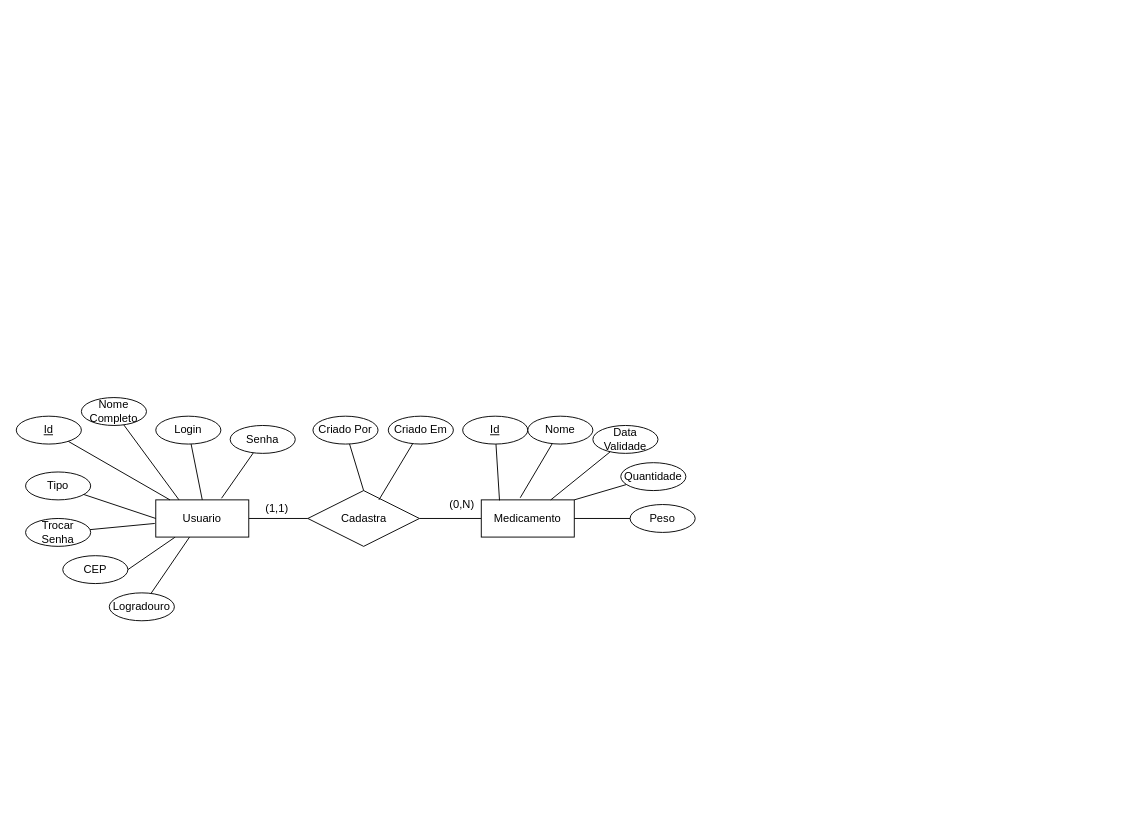
Earlier version of the draw.io diagram documentacao/DiagramaBanco.drawio (MagnoBelloni/OrganizingToCare). Source tidied: cells renumbered, new cells numbered last; positions are measured from the earlier drawing's top-left corner, leaving out a move shared by most shapes. Both pictures are drawn from the tidied source at 93%, with x=0, y=0 at pixel (16, 397).
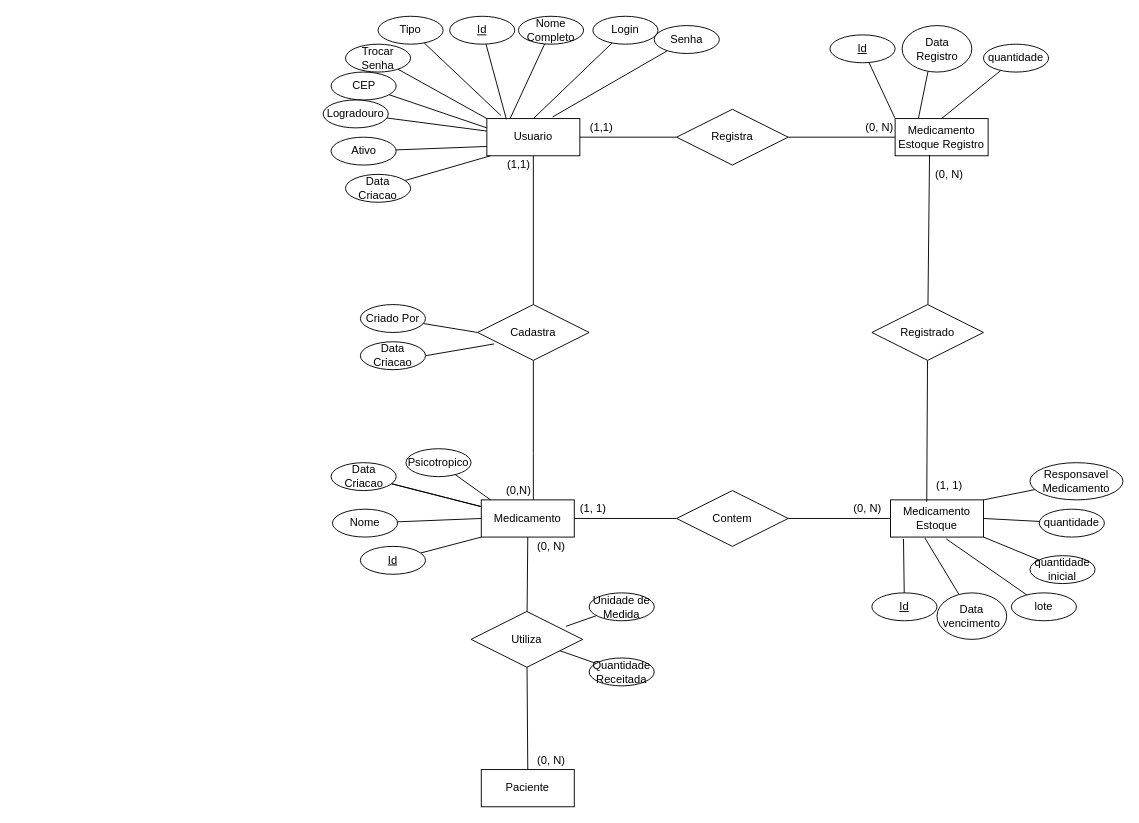
The same page after the edit.

Unchanged cells that the change refers to:
```xml
<mxCell id="7" value="Medicamento" style="whiteSpace=wrap;html=1;align=center;" parent="1" vertex="1">
  <mxGeometry x="500" y="110" width="100" height="40" as="geometry" />
</mxCell>
```

Diff of the diagram source:
```diff
@@
+    <mxCell id="4" style="edgeStyle=none;rounded=0;jettySize=auto;html=1;endArrow=none;endFill=0;" parent="1" edge="1" source="5" target="38">
+      <mxGeometry relative="1" as="geometry" />
+    </mxCell>
-    <mxCell id="2" style="edgeStyle=orthogonalEdgeStyle;rounded=0;jettySize=auto;html=1;endArrow=none;endFill=0;entryX=0;entryY=0.5;entryDx=0;entryDy=0;" parent="1" edge="1" source="5" target="8">
+    <mxCell id="2" style="edgeStyle=none;rounded=0;jettySize=auto;html=1;entryX=0.5;entryY=0;entryDx=0;entryDy=0;endArrow=none;endFill=0;" parent="1" edge="1" source="5" target="8">
       <mxGeometry relative="1" as="geometry" />
     </mxCell>
-    <mxCell id="3" style="rounded=0;jettySize=auto;html=1;endArrow=none;endFill=0;entryX=1;entryY=0.5;entryDx=0;entryDy=0;" parent="1" edge="1" source="5" target="37">
-      <mxGeometry relative="1" as="geometry" />
-    </mxCell>
-    <mxCell id="4" style="edgeStyle=none;rounded=0;jettySize=auto;html=1;endArrow=none;endFill=0;" parent="1" edge="1" source="5" target="38">
-      <mxGeometry relative="1" as="geometry" />
-    </mxCell>
     <mxCell id="5" value="Usuario" style="whiteSpace=wrap;html=1;align=center;" parent="1" vertex="1">
-      <mxGeometry x="150" y="110" width="100" height="40" as="geometry" />
+      <mxGeometry x="506" y="-300" width="100" height="40" as="geometry" />
     </mxCell>
     <mxCell id="6" style="edgeStyle=orthogonalEdgeStyle;rounded=0;jettySize=auto;html=1;endArrow=none;endFill=0;" parent="1" edge="1" source="7" target="8">
-      <mxGeometry relative="1" as="geometry" />
+      <mxGeometry relative="1" as="geometry">
+        <Array as="points">
+          <mxPoint x="556" y="60" />
+          <mxPoint x="556" y="60" />
+        </Array>
+      </mxGeometry>
     </mxCell>
+    <mxCell id="39" style="edgeStyle=none;rounded=0;jettySize=auto;html=1;endArrow=none;endFill=0;" parent="1" edge="1" source="7" target="24">
+      <mxGeometry relative="1" as="geometry" />
+    </mxCell>
@@
     <mxCell id="8" value="Cadastra" style="shape=rhombus;perimeter=rhombusPerimeter;whiteSpace=wrap;html=1;align=center;" parent="1" vertex="1">
-      <mxGeometry x="313.5" y="100" width="120" height="60" as="geometry" />
+      <mxGeometry x="496" y="-100" width="120" height="60" as="geometry" />
     </mxCell>
     <mxCell id="9" value="(0,N)" style="text;html=1;align=center;verticalAlign=middle;" parent="1" vertex="1">
-      <mxGeometry x="459" y="105" width="40" height="20" as="geometry" />
+      <mxGeometry x="520" y="90" width="40" height="20" as="geometry" />
     </mxCell>
     <mxCell id="10" value="(1,1)" style="text;html=1;align=center;verticalAlign=middle;" parent="1" vertex="1">
-      <mxGeometry x="260" y="110" width="40" height="20" as="geometry" />
+      <mxGeometry x="520" y="-260" width="40" height="20" as="geometry" />
     </mxCell>
-    <mxCell id="11" style="rounded=0;jettySize=auto;html=1;endArrow=none;endFill=0;" parent="1" edge="1" source="12" target="5">
+    <mxCell id="11" style="rounded=0;jettySize=auto;html=1;endArrow=none;endFill=0;entryX=0.21;entryY=0.021;entryDx=0;entryDy=0;entryPerimeter=0;" parent="1" edge="1" source="12" target="5">
       <mxGeometry relative="1" as="geometry" />
     </mxCell>
     <mxCell id="12" value="Id" style="ellipse;whiteSpace=wrap;html=1;fontStyle=4;" parent="1" vertex="1">
-      <mxGeometry y="20" width="70" height="30" as="geometry" />
+      <mxGeometry x="466" y="-410" width="70" height="30" as="geometry" />
     </mxCell>
@@
     <mxCell id="14" value="Nome Completo" style="ellipse;whiteSpace=wrap;html=1;" parent="1" vertex="1">
-      <mxGeometry x="70" width="70" height="30" as="geometry" />
+      <mxGeometry x="540" y="-410" width="70" height="30" as="geometry" />
     </mxCell>
@@
     <mxCell id="16" value="Login" style="ellipse;whiteSpace=wrap;html=1;" parent="1" vertex="1">
-      <mxGeometry x="150" y="20" width="70" height="30" as="geometry" />
+      <mxGeometry x="620" y="-410" width="70" height="30" as="geometry" />
     </mxCell>
@@
     <mxCell id="18" value="Senha" style="ellipse;whiteSpace=wrap;html=1;" parent="1" vertex="1">
-      <mxGeometry x="230" y="30" width="70" height="30" as="geometry" />
+      <mxGeometry x="686" y="-400" width="70" height="30" as="geometry" />
     </mxCell>
-    <mxCell id="19" style="edgeStyle=none;rounded=0;jettySize=auto;html=1;entryX=0.196;entryY=0.014;entryDx=0;entryDy=0;entryPerimeter=0;endArrow=none;endFill=0;" parent="1" edge="1" source="20" target="7">
+    <mxCell id="19" style="edgeStyle=none;rounded=0;jettySize=auto;html=1;entryX=0;entryY=1;entryDx=0;entryDy=0;endArrow=none;endFill=0;" parent="1" edge="1" source="20" target="7">
       <mxGeometry relative="1" as="geometry" />
     </mxCell>
     <mxCell id="20" value="Id" style="ellipse;whiteSpace=wrap;html=1;fontStyle=4;" parent="1" vertex="1">
-      <mxGeometry x="480" y="20" width="70" height="30" as="geometry" />
+      <mxGeometry x="370" y="160" width="70" height="30" as="geometry" />
     </mxCell>
-    <mxCell id="21" style="edgeStyle=none;rounded=0;jettySize=auto;html=1;entryX=0.419;entryY=-0.057;entryDx=0;entryDy=0;entryPerimeter=0;endArrow=none;endFill=0;" parent="1" edge="1" source="22" target="7">
+    <mxCell id="21" style="edgeStyle=none;rounded=0;jettySize=auto;html=1;entryX=0;entryY=0.5;entryDx=0;entryDy=0;endArrow=none;endFill=0;" parent="1" edge="1" source="22" target="7">
       <mxGeometry relative="1" as="geometry" />
     </mxCell>
     <mxCell id="22" value="Nome" style="ellipse;whiteSpace=wrap;html=1;fontStyle=0;" parent="1" vertex="1">
-      <mxGeometry x="550" y="20" width="70" height="30" as="geometry" />
+      <mxGeometry x="340" y="120" width="70" height="30" as="geometry" />
     </mxCell>
@@
-    <mxCell id="24" value="Data Validade" style="ellipse;whiteSpace=wrap;html=1;fontStyle=0;" parent="1" vertex="1">
-      <mxGeometry x="620" y="30" width="70" height="30" as="geometry" />
+    <mxCell id="24" value="Data Criacao" style="ellipse;whiteSpace=wrap;html=1;fontStyle=0;" parent="1" vertex="1">
+      <mxGeometry x="338.5" y="70" width="70" height="30" as="geometry" />
     </mxCell>
-    <mxCell id="25" style="edgeStyle=none;rounded=0;jettySize=auto;html=1;entryX=1;entryY=0;entryDx=0;entryDy=0;endArrow=none;endFill=0;" parent="1" edge="1" source="26" target="7">
-      <mxGeometry relative="1" as="geometry" />
+    <mxCell id="25" style="edgeStyle=none;rounded=0;jettySize=auto;html=1;endArrow=none;endFill=0;" parent="1" edge="1" source="26">
+      <mxGeometry relative="1" as="geometry">
+        <mxPoint x="510" y="110" as="targetPoint" />
+      </mxGeometry>
     </mxCell>
-    <mxCell id="26" value="Quantidade" style="ellipse;whiteSpace=wrap;html=1;fontStyle=0;" parent="1" vertex="1">
-      <mxGeometry x="650" y="70" width="70" height="30" as="geometry" />
+    <mxCell id="26" value="Psicotropico" style="ellipse;whiteSpace=wrap;html=1;fontStyle=0;" parent="1" vertex="1">
+      <mxGeometry x="419" y="55" width="70" height="30" as="geometry" />
     </mxCell>
-    <mxCell id="27" style="edgeStyle=none;rounded=0;jettySize=auto;html=1;entryX=0;entryY=0.5;entryDx=0;entryDy=0;endArrow=none;endFill=0;" parent="1" edge="1" source="28" target="5">
+    <mxCell id="27" style="edgeStyle=none;rounded=0;jettySize=auto;html=1;entryX=0.153;entryY=-0.079;entryDx=0;entryDy=0;endArrow=none;endFill=0;entryPerimeter=0;" parent="1" edge="1" source="28" target="5">
       <mxGeometry relative="1" as="geometry" />
     </mxCell>
     <mxCell id="28" value="Tipo" style="ellipse;whiteSpace=wrap;html=1;" parent="1" vertex="1">
-      <mxGeometry x="10" y="80" width="70" height="30" as="geometry" />
+      <mxGeometry x="389" y="-410" width="70" height="30" as="geometry" />
     </mxCell>
-    <mxCell id="29" style="edgeStyle=none;rounded=0;jettySize=auto;html=1;endArrow=none;endFill=0;" parent="1" edge="1" source="30" target="7">
-      <mxGeometry relative="1" as="geometry" />
-    </mxCell>
-    <mxCell id="30" value="Peso" style="ellipse;whiteSpace=wrap;html=1;fontStyle=0;" parent="1" vertex="1">
-      <mxGeometry x="660" y="115" width="70" height="30" as="geometry" />
-    </mxCell>
-    <mxCell id="31" style="rounded=0;jettySize=auto;html=1;entryX=0.5;entryY=0;entryDx=0;entryDy=0;endArrow=none;endFill=0;" parent="1" edge="1" source="32" target="8">
+    <mxCell id="31" style="rounded=0;jettySize=auto;html=1;entryX=0;entryY=0.5;entryDx=0;entryDy=0;endArrow=none;endFill=0;" parent="1" edge="1" source="32" target="8">
       <mxGeometry relative="1" as="geometry" />
     </mxCell>
     <mxCell id="32" value="Criado Por" style="ellipse;whiteSpace=wrap;html=1;fontStyle=0;" parent="1" vertex="1">
-      <mxGeometry x="319" y="20" width="70" height="30" as="geometry" />
+      <mxGeometry x="370" y="-100" width="70" height="30" as="geometry" />
     </mxCell>
-    <mxCell id="33" style="edgeStyle=none;rounded=0;jettySize=auto;html=1;entryX=0.637;entryY=0.167;entryDx=0;entryDy=0;entryPerimeter=0;endArrow=none;endFill=0;" parent="1" edge="1" source="34" target="8">
+    <mxCell id="33" style="edgeStyle=none;rounded=0;jettySize=auto;html=1;entryX=0.149;entryY=0.705;entryDx=0;entryDy=0;entryPerimeter=0;endArrow=none;endFill=0;exitX=1;exitY=0.5;exitDx=0;exitDy=0;" parent="1" edge="1" source="86" target="8">
       <mxGeometry relative="1" as="geometry" />
     </mxCell>
-    <mxCell id="34" value="Criado Em" style="ellipse;whiteSpace=wrap;html=1;fontStyle=0;" parent="1" vertex="1">
-      <mxGeometry x="400" y="20" width="70" height="30" as="geometry" />
-    </mxCell>
-    <mxCell id="35" style="rounded=0;jettySize=auto;html=1;entryX=-0.011;entryY=0.634;entryDx=0;entryDy=0;entryPerimeter=0;endArrow=none;endFill=0;" parent="1" edge="1" source="36" target="5">
+    <mxCell id="35" style="rounded=0;jettySize=auto;html=1;entryX=0;entryY=0;entryDx=0;entryDy=0;endArrow=none;endFill=0;" parent="1" edge="1" source="36" target="5">
       <mxGeometry relative="1" as="geometry" />
     </mxCell>
     <mxCell id="36" value="Trocar Senha" style="ellipse;whiteSpace=wrap;html=1;" parent="1" vertex="1">
-      <mxGeometry x="10" y="130" width="70" height="30" as="geometry" />
+      <mxGeometry x="354" y="-380" width="70" height="30" as="geometry" />
     </mxCell>
+    <mxCell id="40" style="edgeStyle=none;rounded=0;jettySize=auto;html=1;entryX=0;entryY=0.25;entryDx=0;entryDy=0;endArrow=none;endFill=0;" parent="1" edge="1" source="37" target="5">
+      <mxGeometry relative="1" as="geometry" />
+    </mxCell>
     <mxCell id="37" value="CEP" style="ellipse;whiteSpace=wrap;html=1;" parent="1" vertex="1">
-      <mxGeometry x="50" y="170" width="70" height="30" as="geometry" />
+      <mxGeometry x="338.5" y="-350" width="70" height="30" as="geometry" />
     </mxCell>
     <mxCell id="38" value="Logradouro" style="ellipse;whiteSpace=wrap;html=1;" parent="1" vertex="1">
-      <mxGeometry x="100" y="210" width="70" height="30" as="geometry" />
+      <mxGeometry x="330" y="-320" width="70" height="30" as="geometry" />
     </mxCell>
+    <mxCell id="41" style="rounded=0;jettySize=auto;html=1;entryX=0;entryY=0.75;entryDx=0;entryDy=0;endArrow=none;endFill=0;" parent="1" edge="1" source="42" target="5">
+      <mxGeometry relative="1" as="geometry" />
+    </mxCell>
+    <mxCell id="42" value="Ativo" style="ellipse;whiteSpace=wrap;html=1;" parent="1" vertex="1">
+      <mxGeometry x="338.5" y="-280" width="70" height="30" as="geometry" />
+    </mxCell>
+    <mxCell id="43" style="edgeStyle=none;rounded=0;jettySize=auto;html=1;endArrow=none;endFill=0;" parent="1" edge="1" source="44">
+      <mxGeometry relative="1" as="geometry">
+        <mxPoint x="510" y="-260" as="targetPoint" />
+      </mxGeometry>
+    </mxCell>
+    <mxCell id="44" value="Data Criacao" style="ellipse;whiteSpace=wrap;html=1;" parent="1" vertex="1">
+      <mxGeometry x="354" y="-240" width="70" height="30" as="geometry" />
+    </mxCell>
+    <mxCell id="45" style="edgeStyle=none;rounded=0;jettySize=auto;html=1;entryX=0.5;entryY=1;entryDx=0;entryDy=0;endArrow=none;endFill=0;" parent="1" edge="1" source="47" target="7">
+      <mxGeometry relative="1" as="geometry" />
+    </mxCell>
+    <mxCell id="46" style="edgeStyle=none;rounded=0;jettySize=auto;html=1;entryX=0.5;entryY=0;entryDx=0;entryDy=0;endArrow=none;endFill=0;" parent="1" edge="1" source="47" target="48">
+      <mxGeometry relative="1" as="geometry" />
+    </mxCell>
+    <mxCell id="47" value="Utiliza" style="shape=rhombus;perimeter=rhombusPerimeter;whiteSpace=wrap;html=1;align=center;" parent="1" vertex="1">
+      <mxGeometry x="489" y="230" width="120" height="60" as="geometry" />
+    </mxCell>
+    <mxCell id="48" value="Paciente" style="whiteSpace=wrap;html=1;align=center;" parent="1" vertex="1">
+      <mxGeometry x="500" y="400" width="100" height="40" as="geometry" />
+    </mxCell>
+    <mxCell id="49" value="(0, N)" style="text;html=1;align=center;verticalAlign=middle;strokeColor=none;fillColor=none;" parent="1" vertex="1">
+      <mxGeometry x="550" y="150" width="50" height="20" as="geometry" />
+    </mxCell>
+    <mxCell id="50" value="(0, N)" style="text;html=1;align=center;verticalAlign=middle;strokeColor=none;fillColor=none;" parent="1" vertex="1">
+      <mxGeometry x="550" y="380" width="50" height="20" as="geometry" />
+    </mxCell>
+    <mxCell id="51" style="edgeStyle=none;rounded=0;jettySize=auto;html=1;entryX=0.85;entryY=0.267;entryDx=0;entryDy=0;entryPerimeter=0;endArrow=none;endFill=0;" parent="1" edge="1" source="52" target="47">
+      <mxGeometry relative="1" as="geometry" />
+    </mxCell>
+    <mxCell id="52" value="Unidade de Medida" style="ellipse;whiteSpace=wrap;html=1;fontStyle=0;" parent="1" vertex="1">
+      <mxGeometry x="616" y="210" width="70" height="30" as="geometry" />
+    </mxCell>
+    <mxCell id="53" style="edgeStyle=none;rounded=0;jettySize=auto;html=1;endArrow=none;endFill=0;" parent="1" edge="1" source="54" target="47">
+      <mxGeometry relative="1" as="geometry" />
+    </mxCell>
+    <mxCell id="54" value="Quantidade Receitada" style="ellipse;whiteSpace=wrap;html=1;fontStyle=0;" parent="1" vertex="1">
+      <mxGeometry x="616" y="280" width="70" height="30" as="geometry" />
+    </mxCell>
+    <mxCell id="55" style="edgeStyle=none;rounded=0;jettySize=auto;html=1;endArrow=none;endFill=0;entryX=1;entryY=0.5;entryDx=0;entryDy=0;" parent="1" edge="1" source="56" target="58">
+      <mxGeometry relative="1" as="geometry" />
+    </mxCell>
+    <mxCell id="56" value="Medicamento Estoque" style="whiteSpace=wrap;html=1;align=center;" parent="1" vertex="1">
+      <mxGeometry x="940" y="110" width="100" height="40" as="geometry" />
+    </mxCell>
+    <mxCell id="57" style="edgeStyle=none;rounded=0;jettySize=auto;html=1;endArrow=none;endFill=0;entryX=1;entryY=0.5;entryDx=0;entryDy=0;" parent="1" edge="1" source="58" target="7">
+      <mxGeometry relative="1" as="geometry" />
+    </mxCell>
+    <mxCell id="58" value="Contem" style="shape=rhombus;perimeter=rhombusPerimeter;whiteSpace=wrap;html=1;align=center;" parent="1" vertex="1">
+      <mxGeometry x="710" y="100" width="120" height="60" as="geometry" />
+    </mxCell>
+    <mxCell id="59" value="(1, 1)" style="text;html=1;align=center;verticalAlign=middle;strokeColor=none;fillColor=none;" parent="1" vertex="1">
+      <mxGeometry x="600" y="110" width="40" height="20" as="geometry" />
+    </mxCell>
+    <mxCell id="60" value="(0, N)" style="text;html=1;align=center;verticalAlign=middle;strokeColor=none;fillColor=none;" parent="1" vertex="1">
+      <mxGeometry x="890" y="110" width="50" height="20" as="geometry" />
+    </mxCell>
+    <mxCell id="61" style="edgeStyle=none;rounded=0;jettySize=auto;html=1;entryX=0.14;entryY=1.05;entryDx=0;entryDy=0;entryPerimeter=0;endArrow=none;endFill=0;" parent="1" edge="1" source="62" target="56">
+      <mxGeometry relative="1" as="geometry" />
+    </mxCell>
+    <mxCell id="62" value="Id" style="ellipse;whiteSpace=wrap;html=1;fontStyle=4;" parent="1" vertex="1">
+      <mxGeometry x="920" y="210" width="70" height="30" as="geometry" />
+    </mxCell>
+    <mxCell id="63" style="edgeStyle=none;rounded=0;jettySize=auto;html=1;entryX=0.37;entryY=1.025;entryDx=0;entryDy=0;entryPerimeter=0;endArrow=none;endFill=0;" parent="1" edge="1" source="64" target="56">
+      <mxGeometry relative="1" as="geometry" />
+    </mxCell>
+    <mxCell id="64" value="Data vencimento" style="ellipse;whiteSpace=wrap;html=1;fontStyle=0;" parent="1" vertex="1">
+      <mxGeometry x="990" y="210" width="75" height="50" as="geometry" />
+    </mxCell>
+    <mxCell id="65" style="edgeStyle=none;rounded=0;jettySize=auto;html=1;entryX=1;entryY=0.5;entryDx=0;entryDy=0;endArrow=none;endFill=0;" parent="1" edge="1" source="66" target="56">
+      <mxGeometry relative="1" as="geometry" />
+    </mxCell>
+    <mxCell id="66" value="quantidade" style="ellipse;whiteSpace=wrap;html=1;fontStyle=0;" parent="1" vertex="1">
+      <mxGeometry x="1100" y="120" width="70" height="30" as="geometry" />
+    </mxCell>
+    <mxCell id="67" style="edgeStyle=none;rounded=0;jettySize=auto;html=1;entryX=1;entryY=1;entryDx=0;entryDy=0;endArrow=none;endFill=0;" parent="1" edge="1" source="68" target="56">
+      <mxGeometry relative="1" as="geometry" />
+    </mxCell>
+    <mxCell id="68" value="quantidade inicial" style="ellipse;whiteSpace=wrap;html=1;fontStyle=0;" parent="1" vertex="1">
+      <mxGeometry x="1090" y="170" width="70" height="30" as="geometry" />
+    </mxCell>
+    <mxCell id="69" style="edgeStyle=none;rounded=0;jettySize=auto;html=1;entryX=0.6;entryY=1.05;entryDx=0;entryDy=0;entryPerimeter=0;endArrow=none;endFill=0;" parent="1" edge="1" source="70" target="56">
+      <mxGeometry relative="1" as="geometry" />
+    </mxCell>
+    <mxCell id="70" value="lote" style="ellipse;whiteSpace=wrap;html=1;fontStyle=0;" parent="1" vertex="1">
+      <mxGeometry x="1070" y="210" width="70" height="30" as="geometry" />
+    </mxCell>
+    <mxCell id="71" style="edgeStyle=none;rounded=0;jettySize=auto;html=1;entryX=1;entryY=0;entryDx=0;entryDy=0;endArrow=none;endFill=0;" parent="1" edge="1" source="72" target="56">
+      <mxGeometry relative="1" as="geometry" />
+    </mxCell>
+    <mxCell id="72" value="Responsavel Medicamento" style="ellipse;whiteSpace=wrap;html=1;fontStyle=0;" parent="1" vertex="1">
+      <mxGeometry x="1090" y="70" width="100" height="40" as="geometry" />
+    </mxCell>
+    <mxCell id="73" value="Medicamento Estoque Registro" style="whiteSpace=wrap;html=1;align=center;" parent="1" vertex="1">
+      <mxGeometry x="945" y="-300" width="100" height="40" as="geometry" />
+    </mxCell>
+    <mxCell id="74" value="(0, N)" style="text;html=1;align=center;verticalAlign=middle;strokeColor=none;fillColor=none;" parent="1" vertex="1">
+      <mxGeometry x="902.5" y="-300" width="50" height="20" as="geometry" />
+    </mxCell>
+    <mxCell id="75" style="edgeStyle=none;rounded=0;jettySize=auto;html=1;entryX=0;entryY=0;entryDx=0;entryDy=0;endArrow=none;endFill=0;" parent="1" edge="1" source="76" target="73">
+      <mxGeometry relative="1" as="geometry" />
+    </mxCell>
+    <mxCell id="76" value="Id" style="ellipse;whiteSpace=wrap;html=1;fontStyle=4;" parent="1" vertex="1">
+      <mxGeometry x="875" y="-390" width="70" height="30" as="geometry" />
+    </mxCell>
+    <mxCell id="77" style="edgeStyle=none;rounded=0;jettySize=auto;html=1;entryX=0.25;entryY=0;entryDx=0;entryDy=0;endArrow=none;endFill=0;" parent="1" edge="1" target="73">
+      <mxGeometry relative="1" as="geometry">
+        <mxPoint x="980.3" y="-350.5" as="sourcePoint" />
+      </mxGeometry>
+    </mxCell>
+    <mxCell id="78" value="Data Registro" style="ellipse;whiteSpace=wrap;html=1;fontStyle=0;" parent="1" vertex="1">
+      <mxGeometry x="952.5" y="-400" width="75" height="50" as="geometry" />
+    </mxCell>
+    <mxCell id="79" style="edgeStyle=none;rounded=0;jettySize=auto;html=1;entryX=0.5;entryY=0;entryDx=0;entryDy=0;endArrow=none;endFill=0;" parent="1" edge="1" source="80" target="73">
+      <mxGeometry relative="1" as="geometry" />
+    </mxCell>
+    <mxCell id="80" value="quantidade" style="ellipse;whiteSpace=wrap;html=1;fontStyle=0;" parent="1" vertex="1">
+      <mxGeometry x="1040" y="-380" width="70" height="30" as="geometry" />
+    </mxCell>
+    <mxCell id="81" style="edgeStyle=none;rounded=0;jettySize=auto;html=1;entryX=0.39;entryY=0.05;entryDx=0;entryDy=0;entryPerimeter=0;endArrow=none;endFill=0;" parent="1" edge="1" source="83" target="56">
+      <mxGeometry relative="1" as="geometry" />
+    </mxCell>
+    <mxCell id="82" style="edgeStyle=none;rounded=0;jettySize=auto;html=1;entryX=0.37;entryY=0.975;entryDx=0;entryDy=0;entryPerimeter=0;endArrow=none;endFill=0;" parent="1" edge="1" source="83" target="73">
+      <mxGeometry relative="1" as="geometry" />
+    </mxCell>
+    <mxCell id="83" value="Registrado" style="shape=rhombus;perimeter=rhombusPerimeter;whiteSpace=wrap;html=1;align=center;" parent="1" vertex="1">
+      <mxGeometry x="920" y="-100" width="120" height="60" as="geometry" />
+    </mxCell>
+    <mxCell id="84" value="(0, N)" style="text;html=1;align=center;verticalAlign=middle;strokeColor=none;fillColor=none;" parent="1" vertex="1">
+      <mxGeometry x="977.5" y="-250" width="50" height="20" as="geometry" />
+    </mxCell>
+    <mxCell id="85" value="(1, 1)" style="text;html=1;align=center;verticalAlign=middle;strokeColor=none;fillColor=none;" parent="1" vertex="1">
+      <mxGeometry x="982.5" y="85" width="40" height="20" as="geometry" />
+    </mxCell>
+    <mxCell id="86" value="Data Criacao" style="ellipse;whiteSpace=wrap;html=1;fontStyle=0;" parent="1" vertex="1">
+      <mxGeometry x="370" y="-60" width="70" height="30" as="geometry" />
+    </mxCell>
+    <mxCell id="87" style="edgeStyle=none;rounded=0;jettySize=auto;html=1;entryX=0;entryY=0.5;entryDx=0;entryDy=0;endArrow=none;endFill=0;" parent="1" edge="1" source="89" target="73">
+      <mxGeometry relative="1" as="geometry" />
+    </mxCell>
+    <mxCell id="88" style="edgeStyle=none;rounded=0;jettySize=auto;html=1;entryX=1;entryY=0.5;entryDx=0;entryDy=0;endArrow=none;endFill=0;" parent="1" edge="1" source="89" target="5">
+      <mxGeometry relative="1" as="geometry" />
+    </mxCell>
+    <mxCell id="89" value="Registra" style="shape=rhombus;perimeter=rhombusPerimeter;whiteSpace=wrap;html=1;align=center;" parent="1" vertex="1">
+      <mxGeometry x="710" y="-310" width="120" height="60" as="geometry" />
+    </mxCell>
+    <mxCell id="90" value="(1,1)" style="text;html=1;align=center;verticalAlign=middle;" parent="1" vertex="1">
+      <mxGeometry x="609" y="-300" width="40" height="20" as="geometry" />
+    </mxCell>
```
